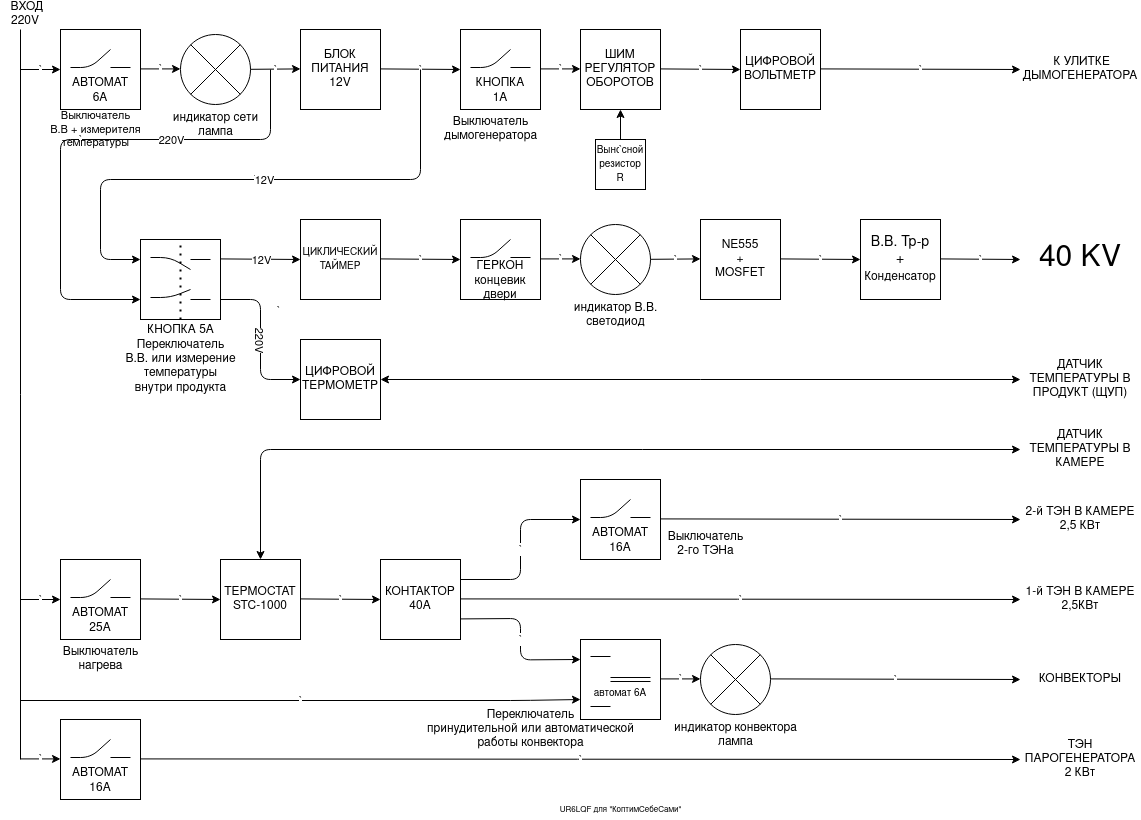
The draw.io diagram kopv4.png in jekavovikovich/jekavovikovich, before a commit. Source tidied: cells renumbered, new cells last; positions are measured from the earlier drawing's top-left corner, leaving out a move shared by most shapes.
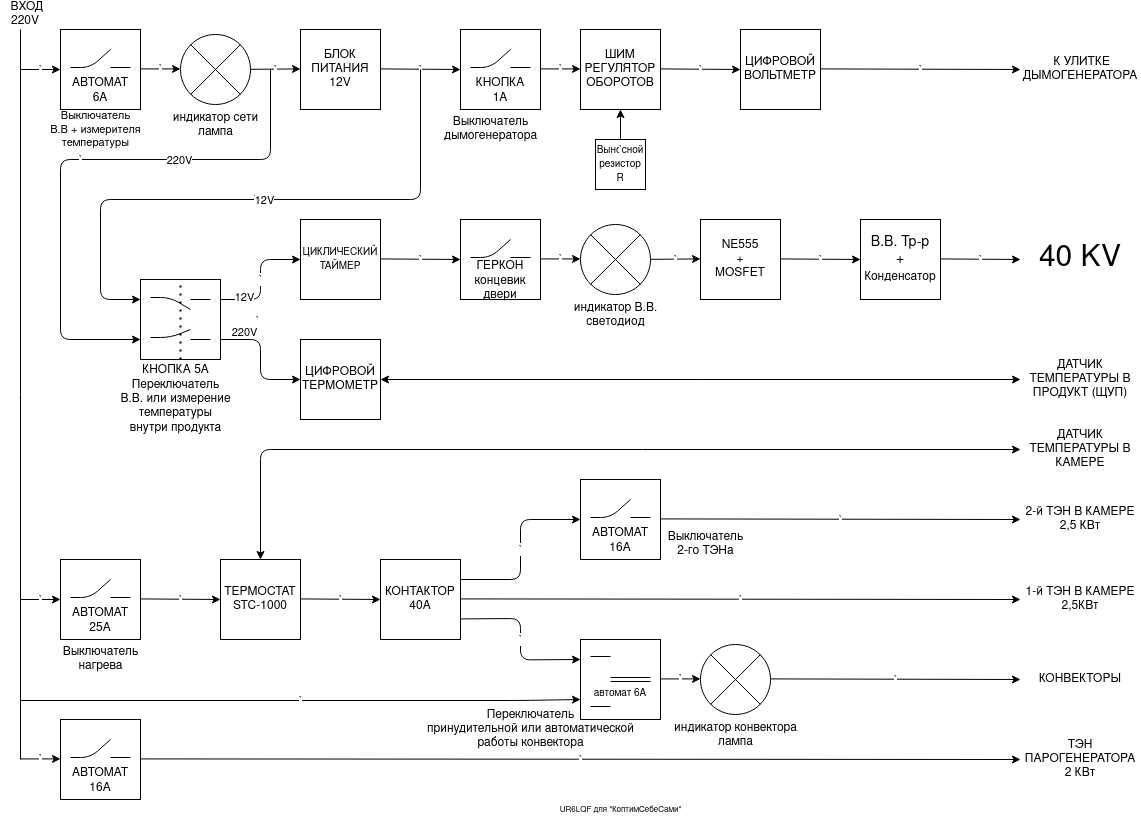
After the change.

What changed in the source:
```diff
@@ -3,7 +3,7 @@
     <mxCell id="0" />
     <mxCell id="1" parent="0" />
     <mxCell id="2" style="whiteSpace=wrap;html=1;" parent="1" vertex="1">
-      <mxGeometry x="140" y="230" width="80" height="80" as="geometry" />
+      <mxGeometry x="140" y="270" width="80" height="80" as="geometry" />
     </mxCell>
     <mxCell id="3" value="&lt;div&gt;&lt;font size=&quot;1&quot;&gt;&lt;br&gt;&lt;/font&gt;&lt;/div&gt;&lt;div&gt;&lt;font size=&quot;1&quot;&gt;&lt;br&gt;&lt;/font&gt;&lt;/div&gt;&lt;div&gt;&lt;font size=&quot;1&quot;&gt;автомат 6А&lt;/font&gt;&lt;/div&gt;" style="whiteSpace=wrap;html=1;" parent="1" vertex="1">
       <mxGeometry x="580" y="630" width="80" height="80" as="geometry" />
@@ -136,12 +136,11 @@
         <mxPoint x="700" y="249.4" as="targetPoint" />
       </mxGeometry>
     </mxCell>
-    <mxCell id="32" value="`" style="endArrow=classic;html=1;entryX=0;entryY=0.5;entryDx=0;entryDy=0;exitX=1;exitY=0.75;exitDx=0;exitDy=0;" parent="1" edge="1">
+    <mxCell id="32" value="`" style="endArrow=classic;html=1;entryX=0;entryY=0.5;entryDx=0;entryDy=0;exitX=1;exitY=0.75;exitDx=0;exitDy=0;" parent="1" edge="1" source="2">
       <mxGeometry x="-0.37" y="19" relative="1" as="geometry">
-        <mxPoint x="220" y="290" as="sourcePoint" />
         <mxPoint x="300" y="370" as="targetPoint" />
         <Array as="points">
-          <mxPoint x="260" y="290" />
+          <mxPoint x="260" y="330" />
           <mxPoint x="260" y="370" />
         </Array>
         <mxPoint x="-1" as="offset" />
@@ -230,14 +229,13 @@
         </Array>
       </mxGeometry>
     </mxCell>
-    <mxCell id="45" value="`" style="endArrow=classic;html=1;entryX=0;entryY=0.75;entryDx=0;entryDy=0;" parent="1" edge="1">
+    <mxCell id="45" value="`" style="endArrow=classic;html=1;entryX=0;entryY=0.75;entryDx=0;entryDy=0;" parent="1" edge="1" target="2">
       <mxGeometry relative="1" as="geometry">
         <mxPoint x="270" y="60" as="sourcePoint" />
-        <mxPoint x="140" y="290" as="targetPoint" />
         <Array as="points">
-          <mxPoint x="270" y="130" />
-          <mxPoint x="60" y="130" />
-          <mxPoint x="60" y="290" />
+          <mxPoint x="270" y="150" />
+          <mxPoint x="60" y="150" />
+          <mxPoint x="60" y="330" />
         </Array>
       </mxGeometry>
     </mxCell>
@@ -246,14 +244,13 @@
         <mxPoint x="-12" y="-3" as="offset" />
       </mxGeometry>
     </mxCell>
-    <mxCell id="47" value="`" style="endArrow=classic;html=1;entryX=0;entryY=0.25;entryDx=0;entryDy=0;" parent="1" edge="1">
+    <mxCell id="47" value="`" style="endArrow=classic;html=1;entryX=0;entryY=0.25;entryDx=0;entryDy=0;" parent="1" edge="1" target="2">
       <mxGeometry relative="1" as="geometry">
         <mxPoint x="420" y="60" as="sourcePoint" />
-        <mxPoint x="140" y="250" as="targetPoint" />
         <Array as="points">
-          <mxPoint x="420" y="170" />
-          <mxPoint x="100" y="170" />
-          <mxPoint x="100" y="250" />
+          <mxPoint x="420" y="190" />
+          <mxPoint x="100" y="190" />
+          <mxPoint x="100" y="290" />
         </Array>
       </mxGeometry>
     </mxCell>
@@ -294,10 +291,13 @@
     <mxCell id="58" value="&lt;div&gt;&amp;nbsp;ВХОД&lt;/div&gt;&lt;div&gt;220V&lt;/div&gt;" style="text;html=1;strokeColor=none;fillColor=none;align=center;verticalAlign=middle;whiteSpace=wrap;rounded=0;" parent="1" vertex="1">
       <mxGeometry width="50" height="10" as="geometry" />
     </mxCell>
-    <mxCell id="59" value="`" style="endArrow=classic;html=1;entryX=0;entryY=0.5;entryDx=0;entryDy=0;" parent="1" edge="1">
+    <mxCell id="59" value="`" style="endArrow=classic;html=1;entryX=0;entryY=0.5;entryDx=0;entryDy=0;exitX=1;exitY=0.25;exitDx=0;exitDy=0;" parent="1" edge="1" source="2">
       <mxGeometry relative="1" as="geometry">
-        <mxPoint x="220" y="249.4" as="sourcePoint" />
         <mxPoint x="300" y="250" as="targetPoint" />
+        <Array as="points">
+          <mxPoint x="260" y="290" />
+          <mxPoint x="260" y="250" />
+        </Array>
       </mxGeometry>
     </mxCell>
     <mxCell id="60" style="endArrow=none;html=1;" parent="1" edge="1">
@@ -428,38 +428,38 @@
     </mxCell>
     <mxCell id="81" style="endArrow=none;html=1;startArrow=none;" parent="1" edge="1">
       <mxGeometry relative="1" as="geometry">
-        <mxPoint x="150" y="288" as="sourcePoint" />
-        <mxPoint x="190" y="280" as="targetPoint" />
+        <mxPoint x="150" y="328" as="sourcePoint" />
+        <mxPoint x="190" y="320" as="targetPoint" />
         <Array as="points">
-          <mxPoint x="170" y="288" />
+          <mxPoint x="170" y="328" />
         </Array>
       </mxGeometry>
     </mxCell>
     <mxCell id="82" style="endArrow=none;html=1;" parent="1" edge="1">
       <mxGeometry relative="1" as="geometry">
-        <mxPoint x="190" y="250" as="sourcePoint" />
-        <mxPoint x="210" y="250" as="targetPoint" />
+        <mxPoint x="190" y="290" as="sourcePoint" />
+        <mxPoint x="210" y="290" as="targetPoint" />
       </mxGeometry>
     </mxCell>
     <mxCell id="83" style="endArrow=none;html=1;" parent="1" edge="1">
       <mxGeometry relative="1" as="geometry">
-        <mxPoint x="190" y="290" as="sourcePoint" />
-        <mxPoint x="210" y="290" as="targetPoint" />
+        <mxPoint x="190" y="330" as="sourcePoint" />
+        <mxPoint x="210" y="330" as="targetPoint" />
       </mxGeometry>
     </mxCell>
     <mxCell id="84" style="endArrow=none;html=1;" parent="1" edge="1">
       <mxGeometry relative="1" as="geometry">
-        <mxPoint x="150" y="248" as="sourcePoint" />
-        <mxPoint x="190" y="260" as="targetPoint" />
+        <mxPoint x="150" y="288" as="sourcePoint" />
+        <mxPoint x="190" y="300" as="targetPoint" />
         <Array as="points">
-          <mxPoint x="170" y="248" />
+          <mxPoint x="170" y="288" />
         </Array>
       </mxGeometry>
     </mxCell>
     <mxCell id="85" style="endArrow=none;dashed=1;html=1;dashPattern=1 3;strokeWidth=2;" parent="1" edge="1">
       <mxGeometry relative="1" as="geometry">
-        <mxPoint x="180" y="310" as="sourcePoint" />
-        <mxPoint x="180" y="230" as="targetPoint" />
+        <mxPoint x="180" y="350" as="sourcePoint" />
+        <mxPoint x="180" y="270" as="targetPoint" />
       </mxGeometry>
     </mxCell>
     <mxCell id="86" value="&lt;div style=&quot;font-size: 11px&quot;&gt;&lt;font style=&quot;font-size: 11px&quot;&gt;Выключатель&lt;/font&gt;&lt;/div&gt;&lt;div style=&quot;font-size: 11px&quot;&gt;&lt;font style=&quot;font-size: 11px&quot;&gt;В.В + измерителя&lt;/font&gt;&lt;/div&gt;&lt;div style=&quot;font-size: 11px&quot;&gt;&lt;font style=&quot;font-size: 11px&quot;&gt;температуры&lt;/font&gt;&lt;font style=&quot;font-size: 11px&quot;&gt;&lt;br&gt;&lt;/font&gt;&lt;/div&gt;" style="text;html=1;align=center;verticalAlign=middle;strokeColor=none;" parent="1" vertex="1">
@@ -469,7 +469,7 @@
       <mxGeometry x="435" y="105" width="110" height="30" as="geometry" />
     </mxCell>
     <mxCell id="88" value="&lt;div&gt;КНОПКА 5А&lt;/div&gt;&lt;div&gt;Переключатель&lt;/div&gt;&lt;div&gt;В.В. или измерение&lt;/div&gt;&lt;div&gt;температуры&lt;/div&gt;&lt;div&gt;внутри продукта&lt;br&gt;&lt;/div&gt;" style="text;html=1;align=center;verticalAlign=middle;strokeColor=none;" parent="1" vertex="1">
-      <mxGeometry x="115" y="310" width="130" height="80" as="geometry" />
+      <mxGeometry x="110" y="350" width="130" height="80" as="geometry" />
     </mxCell>
     <mxCell id="89" value="&lt;div&gt;Выключатель&lt;/div&gt;&lt;div&gt;нагрева&lt;br&gt;&lt;/div&gt;" style="text;html=1;align=center;verticalAlign=middle;strokeColor=none;" parent="1" vertex="1">
       <mxGeometry x="55" y="635" width="90" height="30" as="geometry" />
@@ -481,10 +481,14 @@
       <mxGeometry x="420" y="695" width="220" height="50" as="geometry" />
     </mxCell>
     <mxCell id="92" value="&lt;div&gt;12V&lt;/div&gt;" style="edgeLabel;html=1;align=center;verticalAlign=middle;" parent="1" vertex="1">
-      <mxGeometry x="260" y="250" as="geometry" />
+      <mxGeometry x="240" y="285" as="geometry">
+        <mxPoint x="3" y="2" as="offset" />
+      </mxGeometry>
     </mxCell>
-    <mxCell id="93" value="&lt;div&gt;220V&lt;/div&gt;" style="edgeLabel;html=1;align=center;verticalAlign=middle;rotation=90;" parent="1" vertex="1">
-      <mxGeometry x="260" y="330" as="geometry" />
+    <mxCell id="93" value="&lt;div&gt;220V&lt;/div&gt;" style="edgeLabel;html=1;align=center;verticalAlign=middle;rotation=0;" parent="1" vertex="1">
+      <mxGeometry x="220" y="320" as="geometry">
+        <mxPoint x="23" y="2" as="offset" />
+      </mxGeometry>
     </mxCell>
     <mxCell id="94" value="&lt;font style=&quot;font-size: 8px&quot;&gt;UR6LQF для &quot;КоптимСебеСами&quot;&lt;/font&gt;" style="text;html=1;align=center;verticalAlign=middle;strokeColor=none;" parent="1" vertex="1">
       <mxGeometry x="550" y="790" width="140" height="20" as="geometry" />
```
